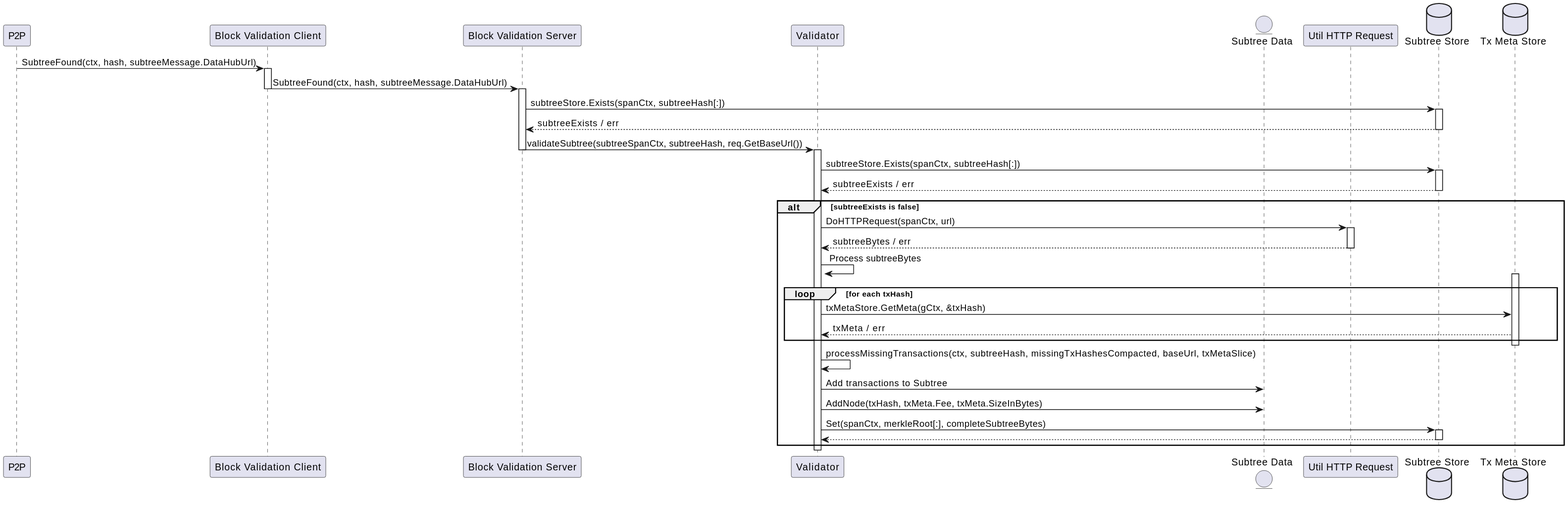
The PlantUML diagram docs/services/img/plantuml/blockvalidation/block_validation_subtree_found.svg in freemans13/teranode, before a commit. Its source is kept beside it as docs/services/img/plantuml/blockvalidation/block_validation_subtree_found.puml. Source of this version:
```plantuml
@startuml
participant "P2P" as P2P
participant "Block Validation Client" as BVC
participant "Block Validation Server" as BVS
participant "Validator" as ValidateSubtree
entity "Subtree Data" as SubtreeData
participant "Util HTTP Request" as Util
database "Subtree Store" as SubtreeStore
database "Tx Meta Store" as TxMetaStore

P2P -> BVC: SubtreeFound(ctx, hash, subtreeMessage.DataHubUrl)
activate BVC
BVC -> BVS: SubtreeFound(ctx, hash, subtreeMessage.DataHubUrl)
deactivate BVC
activate BVS

BVS -> SubtreeStore: subtreeStore.Exists(spanCtx, subtreeHash[:])
activate SubtreeStore
SubtreeStore --> BVS: subtreeExists / err
deactivate SubtreeStore

BVS -> ValidateSubtree: validateSubtree(subtreeSpanCtx, subtreeHash, req.GetBaseUrl())
deactivate BVS

activate ValidateSubtree

ValidateSubtree -> SubtreeStore: subtreeStore.Exists(spanCtx, subtreeHash[:])
activate SubtreeStore
SubtreeStore --> ValidateSubtree: subtreeExists / err
deactivate SubtreeStore

alt subtreeExists is false
    ValidateSubtree -> Util: DoHTTPRequest(spanCtx, url)
    activate Util
    Util --> ValidateSubtree: subtreeBytes / err
    deactivate Util

    ValidateSubtree -> ValidateSubtree: Process subtreeBytes
    activate TxMetaStore
    loop for each txHash
       ValidateSubtree -> TxMetaStore: txMetaStore.GetMeta(gCtx, &txHash)
        TxMetaStore --> ValidateSubtree: txMeta / err
    end
    deactivate TxMetaStore

    ValidateSubtree -> ValidateSubtree: processMissingTransactions(ctx, subtreeHash, missingTxHashesCompacted, baseUrl, txMetaSlice)

    ValidateSubtree -> SubtreeData: Add transactions to Subtree

    ValidateSubtree -> SubtreeData: AddNode(txHash, txMeta.Fee, txMeta.SizeInBytes)

    ValidateSubtree -> SubtreeStore: Set(spanCtx, merkleRoot[:], completeSubtreeBytes)
    activate SubtreeStore
    SubtreeStore --> ValidateSubtree
    deactivate SubtreeStore
end

deactivate ValidateSubtree
@enduml
```
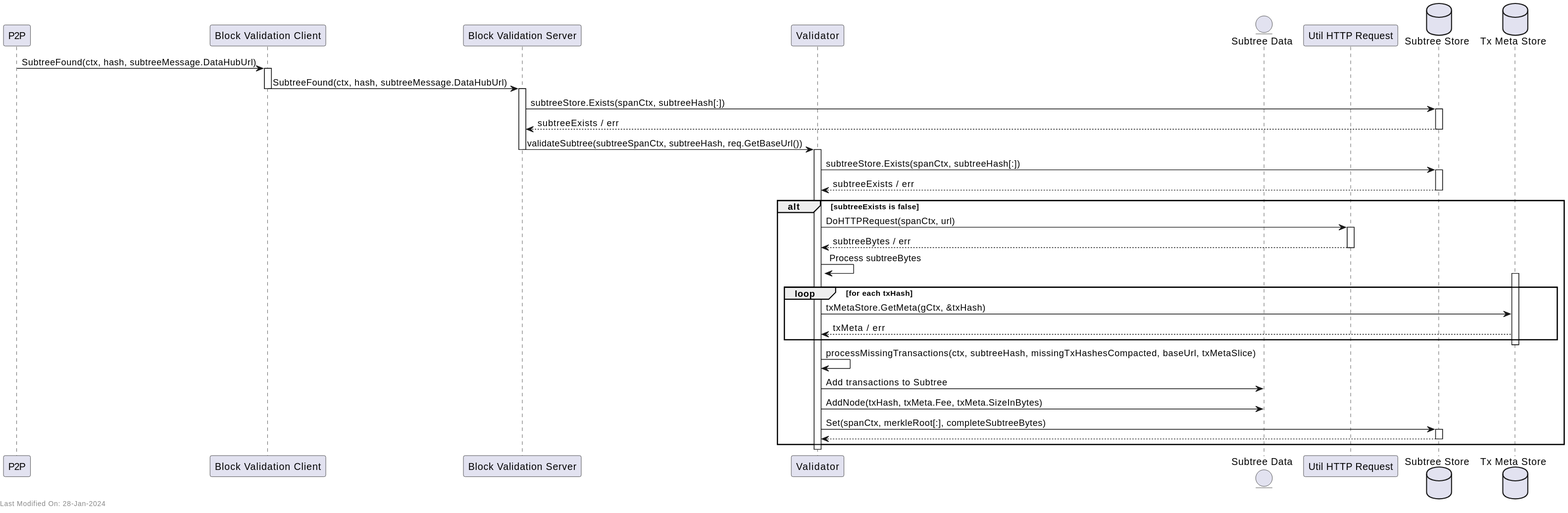
Later version of the same file.

The edit, as a diff of the source:
```diff
@@ -56,4 +56,7 @@
 end
 
 deactivate ValidateSubtree
+
+left footer Last Modified On: 28-Jan-2024
+
 @enduml
```
